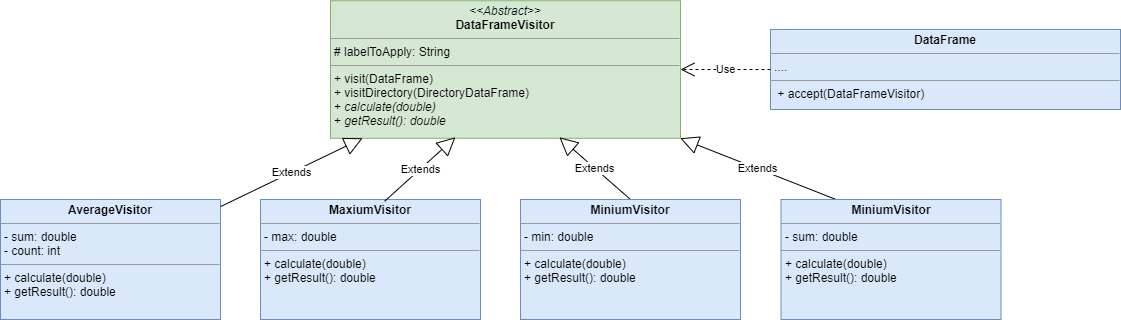
This is docs/img/visitor.png from sorribes22/TAP_DesignPatterns, a draw.io export, as it was before one commit. Source tidied: cells renumbered, new cells last; positions are measured from the earlier drawing's top-left corner, leaving out a move shared by most shapes. Source of this version:
```xml
<mxGraphModel>
  <root>
    <mxCell id="0" />
    <mxCell id="1" parent="0" />
    <mxCell id="2" value="&lt;p style=&quot;margin: 0px ; margin-top: 4px ; text-align: center&quot;&gt;&lt;i&gt;&amp;lt;&amp;lt;Abstract&amp;gt;&amp;gt;&lt;/i&gt;&lt;br&gt;&lt;b&gt;DataFrameVisitor&lt;/b&gt;&lt;/p&gt;&lt;hr size=&quot;1&quot;&gt;&lt;p style=&quot;margin: 0px ; margin-left: 4px&quot;&gt;# labelToApply: String&lt;/p&gt;&lt;hr size=&quot;1&quot;&gt;&lt;p style=&quot;margin: 0px ; margin-left: 4px&quot;&gt;+ visit(DataFrame)&lt;/p&gt;&lt;p style=&quot;margin: 0px ; margin-left: 4px&quot;&gt;+ visitDirectory(DirectoryDataFrame)&lt;/p&gt;&lt;p style=&quot;margin: 0px ; margin-left: 4px&quot;&gt;+&amp;nbsp;&lt;i&gt;calculate(double)&lt;/i&gt;&lt;/p&gt;&lt;p style=&quot;margin: 0px ; margin-left: 4px&quot;&gt;+&lt;i&gt; getResult(): double&lt;/i&gt;&lt;/p&gt;&lt;p style=&quot;margin: 0px ; margin-left: 4px&quot;&gt;&lt;br&gt;&lt;/p&gt;" style="verticalAlign=top;align=left;overflow=fill;fontSize=12;fontFamily=Helvetica;html=1;fillColor=#d5e8d4;strokeColor=#82b366;" parent="1" vertex="1">
      <mxGeometry x="330" y="0.2" width="350" height="137.5" as="geometry" />
    </mxCell>
    <mxCell id="3" value="&lt;p style=&quot;margin: 0px ; margin-top: 4px ; text-align: center&quot;&gt;&lt;b&gt;DataFrame&lt;/b&gt;&lt;/p&gt;&lt;hr size=&quot;1&quot;&gt;&lt;p style=&quot;margin: 0px ; margin-left: 4px&quot;&gt;....&lt;/p&gt;&lt;hr size=&quot;1&quot;&gt;&lt;p style=&quot;margin: 0px ; margin-left: 4px&quot;&gt;&amp;nbsp;+ accept(DataFrameVisitor)&lt;/p&gt;" style="verticalAlign=top;align=left;overflow=fill;fontSize=12;fontFamily=Helvetica;html=1;fillColor=#dae8fc;strokeColor=#6c8ebf;" parent="1" vertex="1">
      <mxGeometry x="770" y="29" width="350" height="80" as="geometry" />
    </mxCell>
    <mxCell id="4" value="Use" style="endArrow=open;endSize=12;dashed=1;html=1;rounded=0;" parent="1" edge="1" source="3" target="2">
      <mxGeometry relative="1" as="geometry" />
    </mxCell>
    <mxCell id="5" value="&lt;p style=&quot;margin: 0px ; margin-top: 4px ; text-align: center&quot;&gt;&lt;b&gt;AverageVisitor&lt;/b&gt;&lt;/p&gt;&lt;hr size=&quot;1&quot;&gt;&lt;p style=&quot;margin: 0px ; margin-left: 4px&quot;&gt;- sum: double&lt;/p&gt;&lt;p style=&quot;margin: 0px ; margin-left: 4px&quot;&gt;- count: int&lt;/p&gt;&lt;hr size=&quot;1&quot;&gt;&lt;p style=&quot;margin: 0px ; margin-left: 4px&quot;&gt;+ calculate(double)&lt;br&gt;&lt;/p&gt;&lt;p style=&quot;margin: 0px 0px 0px 4px&quot;&gt;+ getResult(): double&lt;/p&gt;&lt;p style=&quot;margin: 0px 0px 0px 4px&quot;&gt;&lt;br&gt;&lt;/p&gt;" style="verticalAlign=top;align=left;overflow=fill;fontSize=12;fontFamily=Helvetica;html=1;fillColor=#dae8fc;strokeColor=#6c8ebf;" parent="1" vertex="1">
      <mxGeometry y="199" width="220" height="120" as="geometry" />
    </mxCell>
    <mxCell id="6" value="Extends" style="endArrow=block;endSize=16;endFill=0;html=1;rounded=0;" parent="1" edge="1" source="5" target="2">
      <mxGeometry relative="1" as="geometry" />
    </mxCell>
    <mxCell id="7" value="Extends" style="endArrow=block;endSize=16;endFill=0;html=1;rounded=0;exitX=0.25;exitY=0;exitDx=0;exitDy=0;" parent="1" edge="1" source="8" target="2">
      <mxGeometry relative="1" as="geometry" />
    </mxCell>
    <mxCell id="8" value="&lt;p style=&quot;margin: 0px ; margin-top: 4px ; text-align: center&quot;&gt;&lt;b&gt;MiniumVisitor&lt;/b&gt;&lt;/p&gt;&lt;hr size=&quot;1&quot;&gt;&lt;p style=&quot;margin: 0px ; margin-left: 4px&quot;&gt;- sum: double&lt;/p&gt;&lt;hr size=&quot;1&quot;&gt;&lt;p style=&quot;margin: 0px 0px 0px 4px&quot;&gt;+ calculate(double)&lt;br&gt;&lt;/p&gt;&lt;p style=&quot;margin: 0px 0px 0px 4px&quot;&gt;+ getResult(): double&lt;/p&gt;" style="verticalAlign=top;align=left;overflow=fill;fontSize=12;fontFamily=Helvetica;html=1;fillColor=#dae8fc;strokeColor=#6c8ebf;" parent="1" vertex="1">
      <mxGeometry x="780.5" y="199" width="220" height="120" as="geometry" />
    </mxCell>
    <mxCell id="9" value="&lt;p style=&quot;margin: 0px ; margin-top: 4px ; text-align: center&quot;&gt;&lt;b&gt;MaxiumVisitor&lt;/b&gt;&lt;/p&gt;&lt;hr size=&quot;1&quot;&gt;&lt;p style=&quot;margin: 0px ; margin-left: 4px&quot;&gt;- max: double&lt;/p&gt;&lt;hr size=&quot;1&quot;&gt;&lt;p style=&quot;margin: 0px 0px 0px 4px&quot;&gt;+ calculate(double)&lt;br&gt;&lt;/p&gt;&lt;p style=&quot;margin: 0px 0px 0px 4px&quot;&gt;+ getResult(): double&lt;/p&gt;&lt;p style=&quot;margin: 0px 0px 0px 4px&quot;&gt;&lt;br&gt;&lt;/p&gt;" style="verticalAlign=top;align=left;overflow=fill;fontSize=12;fontFamily=Helvetica;html=1;fillColor=#dae8fc;strokeColor=#6c8ebf;" parent="1" vertex="1">
      <mxGeometry x="260" y="199" width="220" height="120" as="geometry" />
    </mxCell>
    <mxCell id="10" value="Extends" style="endArrow=block;endSize=16;endFill=0;html=1;rounded=0;exitX=0.564;exitY=0.015;exitDx=0;exitDy=0;exitPerimeter=0;entryX=0.357;entryY=0.993;entryDx=0;entryDy=0;entryPerimeter=0;" parent="1" edge="1" source="9" target="2">
      <mxGeometry relative="1" as="geometry" />
    </mxCell>
    <mxCell id="11" value="Extends" style="endArrow=block;endSize=16;endFill=0;html=1;rounded=0;entryX=0.654;entryY=0.993;entryDx=0;entryDy=0;entryPerimeter=0;exitX=0.5;exitY=0;exitDx=0;exitDy=0;" parent="1" edge="1" source="12" target="2">
      <mxGeometry relative="1" as="geometry" />
    </mxCell>
    <mxCell id="12" value="&lt;p style=&quot;margin: 0px ; margin-top: 4px ; text-align: center&quot;&gt;&lt;b&gt;MiniumVisitor&lt;/b&gt;&lt;/p&gt;&lt;hr size=&quot;1&quot;&gt;&lt;p style=&quot;margin: 0px ; margin-left: 4px&quot;&gt;- min: double&lt;/p&gt;&lt;hr size=&quot;1&quot;&gt;&lt;p style=&quot;margin: 0px 0px 0px 4px&quot;&gt;+ calculate(double)&lt;br&gt;&lt;/p&gt;&lt;p style=&quot;margin: 0px 0px 0px 4px&quot;&gt;+ getResult(): double&lt;/p&gt;" style="verticalAlign=top;align=left;overflow=fill;fontSize=12;fontFamily=Helvetica;html=1;fillColor=#dae8fc;strokeColor=#6c8ebf;" parent="1" vertex="1">
      <mxGeometry x="520" y="199" width="220" height="120" as="geometry" />
    </mxCell>
  </root>
</mxGraphModel>
```
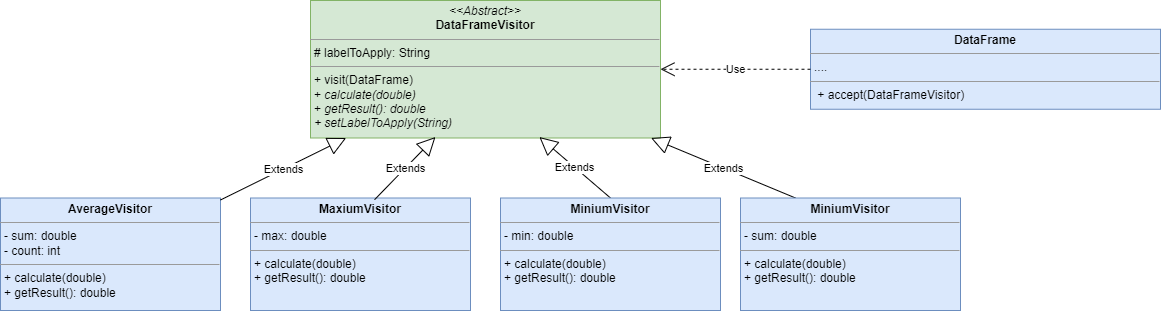
After the commit.

Commit message:
Canvi de diagrama i Readme

What changed in the source:
```diff
@@ -2,17 +2,17 @@
   <root>
     <mxCell id="0" />
     <mxCell id="1" parent="0" />
-    <mxCell id="2" value="&lt;p style=&quot;margin: 0px ; margin-top: 4px ; text-align: center&quot;&gt;&lt;i&gt;&amp;lt;&amp;lt;Abstract&amp;gt;&amp;gt;&lt;/i&gt;&lt;br&gt;&lt;b&gt;DataFrameVisitor&lt;/b&gt;&lt;/p&gt;&lt;hr size=&quot;1&quot;&gt;&lt;p style=&quot;margin: 0px ; margin-left: 4px&quot;&gt;# labelToApply: String&lt;/p&gt;&lt;hr size=&quot;1&quot;&gt;&lt;p style=&quot;margin: 0px ; margin-left: 4px&quot;&gt;+ visit(DataFrame)&lt;/p&gt;&lt;p style=&quot;margin: 0px ; margin-left: 4px&quot;&gt;+ visitDirectory(DirectoryDataFrame)&lt;/p&gt;&lt;p style=&quot;margin: 0px ; margin-left: 4px&quot;&gt;+&amp;nbsp;&lt;i&gt;calculate(double)&lt;/i&gt;&lt;/p&gt;&lt;p style=&quot;margin: 0px ; margin-left: 4px&quot;&gt;+&lt;i&gt; getResult(): double&lt;/i&gt;&lt;/p&gt;&lt;p style=&quot;margin: 0px ; margin-left: 4px&quot;&gt;&lt;br&gt;&lt;/p&gt;" style="verticalAlign=top;align=left;overflow=fill;fontSize=12;fontFamily=Helvetica;html=1;fillColor=#d5e8d4;strokeColor=#82b366;" parent="1" vertex="1">
-      <mxGeometry x="330" y="0.2" width="350" height="137.5" as="geometry" />
+    <mxCell id="2" value="&lt;p style=&quot;margin: 0px ; margin-top: 4px ; text-align: center&quot;&gt;&lt;i&gt;&amp;lt;&amp;lt;Abstract&amp;gt;&amp;gt;&lt;/i&gt;&lt;br&gt;&lt;b&gt;DataFrameVisitor&lt;/b&gt;&lt;/p&gt;&lt;hr size=&quot;1&quot;&gt;&lt;p style=&quot;margin: 0px ; margin-left: 4px&quot;&gt;# labelToApply: String&lt;/p&gt;&lt;hr size=&quot;1&quot;&gt;&lt;p style=&quot;margin: 0px ; margin-left: 4px&quot;&gt;+ visit(DataFrame)&lt;/p&gt;&lt;p style=&quot;margin: 0px ; margin-left: 4px&quot;&gt;+&amp;nbsp;&lt;i&gt;calculate(double)&lt;/i&gt;&lt;/p&gt;&lt;p style=&quot;margin: 0px ; margin-left: 4px&quot;&gt;+&lt;i&gt; getResult(): double&lt;/i&gt;&lt;/p&gt;&lt;p style=&quot;margin: 0px ; margin-left: 4px&quot;&gt;&lt;i&gt;+ setLabelToApply(String)&lt;/i&gt;&lt;/p&gt;&lt;p style=&quot;margin: 0px ; margin-left: 4px&quot;&gt;&lt;i&gt;&lt;br&gt;&lt;/i&gt;&lt;/p&gt;&lt;p style=&quot;margin: 0px ; margin-left: 4px&quot;&gt;&lt;br&gt;&lt;/p&gt;" style="verticalAlign=top;align=left;overflow=fill;fontSize=12;fontFamily=Helvetica;html=1;fillColor=#d5e8d4;strokeColor=#82b366;" parent="1" vertex="1">
+      <mxGeometry x="310" y="9" width="350" height="137.5" as="geometry" />
     </mxCell>
     <mxCell id="3" value="&lt;p style=&quot;margin: 0px ; margin-top: 4px ; text-align: center&quot;&gt;&lt;b&gt;DataFrame&lt;/b&gt;&lt;/p&gt;&lt;hr size=&quot;1&quot;&gt;&lt;p style=&quot;margin: 0px ; margin-left: 4px&quot;&gt;....&lt;/p&gt;&lt;hr size=&quot;1&quot;&gt;&lt;p style=&quot;margin: 0px ; margin-left: 4px&quot;&gt;&amp;nbsp;+ accept(DataFrameVisitor)&lt;/p&gt;" style="verticalAlign=top;align=left;overflow=fill;fontSize=12;fontFamily=Helvetica;html=1;fillColor=#dae8fc;strokeColor=#6c8ebf;" parent="1" vertex="1">
-      <mxGeometry x="770" y="29" width="350" height="80" as="geometry" />
+      <mxGeometry x="810" y="37.8" width="350" height="80" as="geometry" />
     </mxCell>
     <mxCell id="4" value="Use" style="endArrow=open;endSize=12;dashed=1;html=1;rounded=0;" parent="1" edge="1" source="3" target="2">
       <mxGeometry relative="1" as="geometry" />
     </mxCell>
     <mxCell id="5" value="&lt;p style=&quot;margin: 0px ; margin-top: 4px ; text-align: center&quot;&gt;&lt;b&gt;AverageVisitor&lt;/b&gt;&lt;/p&gt;&lt;hr size=&quot;1&quot;&gt;&lt;p style=&quot;margin: 0px ; margin-left: 4px&quot;&gt;- sum: double&lt;/p&gt;&lt;p style=&quot;margin: 0px ; margin-left: 4px&quot;&gt;- count: int&lt;/p&gt;&lt;hr size=&quot;1&quot;&gt;&lt;p style=&quot;margin: 0px ; margin-left: 4px&quot;&gt;+ calculate(double)&lt;br&gt;&lt;/p&gt;&lt;p style=&quot;margin: 0px 0px 0px 4px&quot;&gt;+ getResult(): double&lt;/p&gt;&lt;p style=&quot;margin: 0px 0px 0px 4px&quot;&gt;&lt;br&gt;&lt;/p&gt;" style="verticalAlign=top;align=left;overflow=fill;fontSize=12;fontFamily=Helvetica;html=1;fillColor=#dae8fc;strokeColor=#6c8ebf;" parent="1" vertex="1">
-      <mxGeometry y="199" width="220" height="120" as="geometry" />
+      <mxGeometry y="206.5" width="220" height="112.5" as="geometry" />
     </mxCell>
     <mxCell id="6" value="Extends" style="endArrow=block;endSize=16;endFill=0;html=1;rounded=0;" parent="1" edge="1" source="5" target="2">
       <mxGeometry relative="1" as="geometry" />
@@ -21,10 +21,10 @@
       <mxGeometry relative="1" as="geometry" />
     </mxCell>
     <mxCell id="8" value="&lt;p style=&quot;margin: 0px ; margin-top: 4px ; text-align: center&quot;&gt;&lt;b&gt;MiniumVisitor&lt;/b&gt;&lt;/p&gt;&lt;hr size=&quot;1&quot;&gt;&lt;p style=&quot;margin: 0px ; margin-left: 4px&quot;&gt;- sum: double&lt;/p&gt;&lt;hr size=&quot;1&quot;&gt;&lt;p style=&quot;margin: 0px 0px 0px 4px&quot;&gt;+ calculate(double)&lt;br&gt;&lt;/p&gt;&lt;p style=&quot;margin: 0px 0px 0px 4px&quot;&gt;+ getResult(): double&lt;/p&gt;" style="verticalAlign=top;align=left;overflow=fill;fontSize=12;fontFamily=Helvetica;html=1;fillColor=#dae8fc;strokeColor=#6c8ebf;" parent="1" vertex="1">
-      <mxGeometry x="780.5" y="199" width="220" height="120" as="geometry" />
+      <mxGeometry x="740" y="206.5" width="220" height="112.5" as="geometry" />
     </mxCell>
     <mxCell id="9" value="&lt;p style=&quot;margin: 0px ; margin-top: 4px ; text-align: center&quot;&gt;&lt;b&gt;MaxiumVisitor&lt;/b&gt;&lt;/p&gt;&lt;hr size=&quot;1&quot;&gt;&lt;p style=&quot;margin: 0px ; margin-left: 4px&quot;&gt;- max: double&lt;/p&gt;&lt;hr size=&quot;1&quot;&gt;&lt;p style=&quot;margin: 0px 0px 0px 4px&quot;&gt;+ calculate(double)&lt;br&gt;&lt;/p&gt;&lt;p style=&quot;margin: 0px 0px 0px 4px&quot;&gt;+ getResult(): double&lt;/p&gt;&lt;p style=&quot;margin: 0px 0px 0px 4px&quot;&gt;&lt;br&gt;&lt;/p&gt;" style="verticalAlign=top;align=left;overflow=fill;fontSize=12;fontFamily=Helvetica;html=1;fillColor=#dae8fc;strokeColor=#6c8ebf;" parent="1" vertex="1">
-      <mxGeometry x="260" y="199" width="220" height="120" as="geometry" />
+      <mxGeometry x="250" y="206.5" width="220" height="112.5" as="geometry" />
     </mxCell>
     <mxCell id="10" value="Extends" style="endArrow=block;endSize=16;endFill=0;html=1;rounded=0;exitX=0.564;exitY=0.015;exitDx=0;exitDy=0;exitPerimeter=0;entryX=0.357;entryY=0.993;entryDx=0;entryDy=0;entryPerimeter=0;" parent="1" edge="1" source="9" target="2">
       <mxGeometry relative="1" as="geometry" />
@@ -33,7 +33,7 @@
       <mxGeometry relative="1" as="geometry" />
     </mxCell>
     <mxCell id="12" value="&lt;p style=&quot;margin: 0px ; margin-top: 4px ; text-align: center&quot;&gt;&lt;b&gt;MiniumVisitor&lt;/b&gt;&lt;/p&gt;&lt;hr size=&quot;1&quot;&gt;&lt;p style=&quot;margin: 0px ; margin-left: 4px&quot;&gt;- min: double&lt;/p&gt;&lt;hr size=&quot;1&quot;&gt;&lt;p style=&quot;margin: 0px 0px 0px 4px&quot;&gt;+ calculate(double)&lt;br&gt;&lt;/p&gt;&lt;p style=&quot;margin: 0px 0px 0px 4px&quot;&gt;+ getResult(): double&lt;/p&gt;" style="verticalAlign=top;align=left;overflow=fill;fontSize=12;fontFamily=Helvetica;html=1;fillColor=#dae8fc;strokeColor=#6c8ebf;" parent="1" vertex="1">
-      <mxGeometry x="520" y="199" width="220" height="120" as="geometry" />
+      <mxGeometry x="500" y="206.5" width="220" height="112.5" as="geometry" />
     </mxCell>
   </root>
 </mxGraphModel>
```
